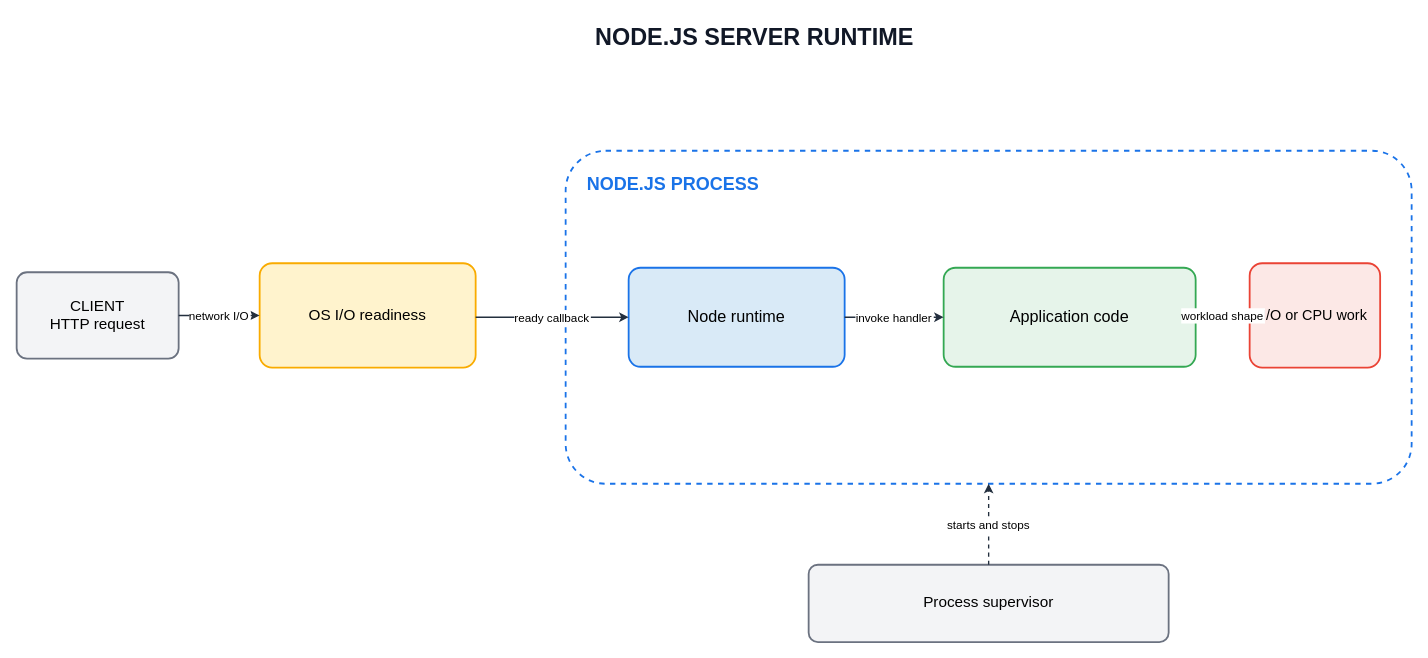
Earlier version of the draw.io diagram assets/img/nodejs/nodejs-server-runtime-overview.drawio (KKamJi98/kkamji98.github.io). Source tidied: cells renumbered, new cells numbered last; positions are measured from the earlier drawing's top-left corner, leaving out a move shared by most shapes. Both pictures are drawn from the tidied source at 90%, with x=0, y=0 at pixel (16, 15).
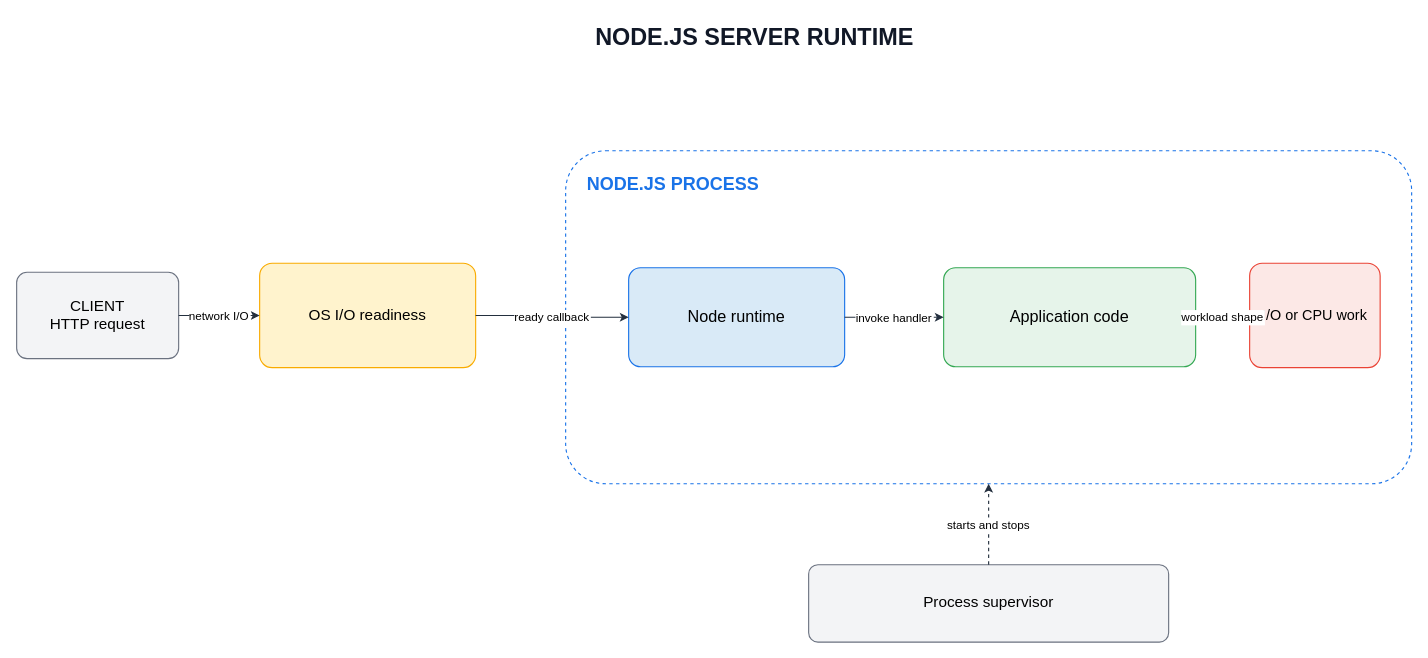
After the change.

Change to the diagram source:
```diff
@@
 <mxGraphModel background="#FFFFFF">
   <root>
     <mxCell id="0" />
     <mxCell id="1" parent="0" />
-    <mxCell id="2" value="NODE.JS SERVER RUNTIME" style="rounded=0;whiteSpace=wrap;html=1;fillColor=none;strokeColor=none;fontColor=#111827;fontSize=26;fontStyle=1;align=center;verticalAlign=middle;" parent="1" vertex="1">
+    <mxCell id="2" value="NODE.JS SERVER RUNTIME" style="rounded=0;whiteSpace=wrap;html=0;fillColor=none;strokeColor=none;fontColor=#111827;fontSize=26;fontStyle=1;align=center;verticalAlign=middle;" parent="1" vertex="1">
       <mxGeometry x="560" width="520" height="48" as="geometry" />
     </mxCell>
-    <mxCell id="3" value="CLIENT&lt;br&gt;HTTP request" style="rounded=1;arcSize=12;whiteSpace=wrap;html=1;fillColor=#F3F4F6;strokeColor=#6B7280;strokeWidth=2;fontColor=#000000;fontSize=17;align=center;verticalAlign=middle;" parent="1" vertex="1">
+    <mxCell id="3" value="CLIENT&#10;HTTP request" style="rounded=1;arcSize=12;whiteSpace=wrap;html=0;fillColor=#F3F4F6;strokeColor=#6B7280;strokeWidth=1.25;fontColor=#000000;fontSize=17;align=center;verticalAlign=middle;" parent="1" vertex="1">
       <mxGeometry y="285" width="180" height="96" as="geometry" />
     </mxCell>
-    <mxCell id="4" value="OS I/O readiness" style="rounded=1;arcSize=12;whiteSpace=wrap;html=1;fillColor=#FFF3CD;strokeColor=#F9AB00;strokeWidth=2;fontColor=#000000;fontSize=17;align=center;verticalAlign=middle;" parent="1" vertex="1">
+    <mxCell id="4" value="OS I/O readiness" style="rounded=1;arcSize=12;whiteSpace=wrap;html=0;fillColor=#FFF3CD;strokeColor=#F9AB00;strokeWidth=1.25;fontColor=#000000;fontSize=17;align=center;verticalAlign=middle;" parent="1" vertex="1">
       <mxGeometry x="270" y="275" width="240" height="116" as="geometry" />
     </mxCell>
-    <mxCell id="5" value="NODE.JS PROCESS" style="rounded=1;arcSize=12;whiteSpace=wrap;html=1;fillColor=none;strokeColor=#1A73E8;strokeWidth=2;dashed=1;fontColor=#1A73E8;fontSize=20;fontStyle=1;align=left;verticalAlign=top;spacingTop=18;spacingLeft=22;" parent="1" vertex="1">
+    <mxCell id="5" value="NODE.JS PROCESS" style="rounded=1;arcSize=12;whiteSpace=wrap;html=0;fillColor=none;strokeColor=#1A73E8;strokeWidth=1.25;dashed=1;fontColor=#1A73E8;fontSize=20;fontStyle=1;align=left;verticalAlign=top;spacingTop=18;spacingLeft=22;" parent="1" vertex="1">
       <mxGeometry x="610" y="150" width="940" height="370" as="geometry" />
     </mxCell>
-    <mxCell id="6" value="Node runtime" style="rounded=1;arcSize=12;whiteSpace=wrap;html=1;fillColor=#D9EAF7;strokeColor=#1A73E8;strokeWidth=2;fontColor=#000000;fontSize=18;align=center;verticalAlign=middle;" parent="1" vertex="1">
+    <mxCell id="6" value="Node runtime" style="rounded=1;arcSize=12;whiteSpace=wrap;html=0;fillColor=#D9EAF7;strokeColor=#1A73E8;strokeWidth=1.25;fontColor=#000000;fontSize=18;align=center;verticalAlign=middle;" parent="1" vertex="1">
       <mxGeometry x="680" y="280" width="240" height="110" as="geometry" />
     </mxCell>
-    <mxCell id="7" value="Application code" style="rounded=1;arcSize=12;whiteSpace=wrap;html=1;fillColor=#E6F4EA;strokeColor=#34A853;strokeWidth=2;fontColor=#000000;fontSize=18;align=center;verticalAlign=middle;" parent="1" vertex="1">
+    <mxCell id="7" value="Application code" style="rounded=1;arcSize=12;whiteSpace=wrap;html=0;fillColor=#E6F4EA;strokeColor=#34A853;strokeWidth=1.25;fontColor=#000000;fontSize=18;align=center;verticalAlign=middle;" parent="1" vertex="1">
       <mxGeometry x="1030" y="280" width="280" height="110" as="geometry" />
     </mxCell>
-    <mxCell id="8" value="I/O or CPU work" style="rounded=1;arcSize=12;whiteSpace=wrap;html=1;fillColor=#FCE8E6;strokeColor=#EA4335;strokeWidth=2;fontColor=#000000;fontSize=16;align=center;verticalAlign=middle;" parent="1" vertex="1">
+    <mxCell id="8" value="I/O or CPU work" style="rounded=1;arcSize=12;whiteSpace=wrap;html=0;fillColor=#FCE8E6;strokeColor=#EA4335;strokeWidth=1.25;fontColor=#000000;fontSize=16;align=center;verticalAlign=middle;" parent="1" vertex="1">
       <mxGeometry x="1370" y="275" width="145" height="116" as="geometry" />
     </mxCell>
-    <mxCell id="9" value="Process supervisor" style="rounded=1;arcSize=12;whiteSpace=wrap;html=1;fillColor=#F3F4F6;strokeColor=#6B7280;strokeWidth=2;fontColor=#000000;fontSize=17;align=center;verticalAlign=middle;" parent="1" vertex="1">
+    <mxCell id="9" value="Process supervisor" style="rounded=1;arcSize=12;whiteSpace=wrap;html=0;fillColor=#F3F4F6;strokeColor=#6B7280;strokeWidth=1.25;fontColor=#000000;fontSize=17;align=center;verticalAlign=middle;" parent="1" vertex="1">
       <mxGeometry x="880" y="610" width="400" height="86" as="geometry" />
     </mxCell>
-    <mxCell id="10" value="network I/O" style="edgeStyle=orthogonalEdgeStyle;rounded=0;html=0;strokeColor=#232F3E;strokeWidth=1.5;fontColor=#000000;fontSize=13;labelBackgroundColor=#FFFFFF;exitX=1;exitY=0.5;entryX=0;entryY=0.5;" parent="1" edge="1" source="3" target="4">
+    <mxCell id="10" value="network I/O" style="edgeStyle=orthogonalEdgeStyle;rounded=0;html=0;strokeColor=#232F3E;strokeWidth=1.25;fontColor=#000000;fontSize=13;labelBackgroundColor=#FFFFFF;exitX=1;exitY=0.5;entryX=0;entryY=0.5;" parent="1" edge="1" source="3" target="4">
       <mxGeometry relative="1" as="geometry" />
     </mxCell>
-    <mxCell id="11" value="ready callback" style="edgeStyle=orthogonalEdgeStyle;rounded=0;html=0;strokeColor=#232F3E;strokeWidth=1.5;fontColor=#000000;fontSize=13;labelBackgroundColor=#FFFFFF;exitX=1;exitY=0.5172;entryX=0;entryY=0.5;" parent="1" edge="1" source="4" target="6">
+    <mxCell id="11" value="ready callback" style="edgeStyle=orthogonalEdgeStyle;rounded=0;html=0;strokeColor=#232F3E;strokeWidth=1.25;fontColor=#000000;fontSize=13;labelBackgroundColor=#FFFFFF;exitX=1;exitY=0.5;entryX=0;entryY=0.5;" parent="1" edge="1" source="4" target="6">
       <mxGeometry relative="1" as="geometry" />
     </mxCell>
-    <mxCell id="12" value="invoke handler" style="edgeStyle=orthogonalEdgeStyle;rounded=0;html=0;strokeColor=#232F3E;strokeWidth=1.5;fontColor=#000000;fontSize=13;labelBackgroundColor=#FFFFFF;exitX=1;exitY=0.5;entryX=0;entryY=0.5;" parent="1" edge="1" source="6" target="7">
+    <mxCell id="12" value="invoke handler" style="edgeStyle=orthogonalEdgeStyle;rounded=0;html=0;strokeColor=#232F3E;strokeWidth=1.25;fontColor=#000000;fontSize=13;labelBackgroundColor=#FFFFFF;exitX=1;exitY=0.5;entryX=0;entryY=0.5;" parent="1" edge="1" source="6" target="7">
       <mxGeometry relative="1" as="geometry" />
     </mxCell>
-    <mxCell id="13" value="workload shape" style="edgeStyle=orthogonalEdgeStyle;rounded=0;html=0;strokeColor=#232F3E;strokeWidth=1.5;fontColor=#000000;fontSize=13;labelBackgroundColor=#FFFFFF;exitX=1;exitY=0.4818;entryX=0;entryY=0.5;" parent="1" edge="1" source="7" target="8">
+    <mxCell id="13" value="workload shape" style="edgeStyle=orthogonalEdgeStyle;rounded=0;html=0;strokeColor=#232F3E;strokeWidth=1.25;fontColor=#000000;fontSize=13;labelBackgroundColor=#FFFFFF;exitX=1;exitY=0.5;entryX=0;entryY=0.5;" parent="1" edge="1" source="7" target="8">
       <mxGeometry relative="1" as="geometry" />
     </mxCell>
-    <mxCell id="14" value="starts and stops" style="edgeStyle=orthogonalEdgeStyle;rounded=0;html=0;dashed=1;strokeColor=#232F3E;strokeWidth=1.5;fontColor=#000000;fontSize=13;labelBackgroundColor=#FFFFFF;exitX=0.5;exitY=0;entryX=0.5;entryY=1;" parent="1" edge="1" source="9" target="5">
+    <mxCell id="14" value="starts and stops" style="edgeStyle=orthogonalEdgeStyle;rounded=0;html=0;dashed=1;strokeColor=#232F3E;strokeWidth=1.25;fontColor=#000000;fontSize=13;labelBackgroundColor=#FFFFFF;exitX=0.5;exitY=0;entryX=0.5;entryY=1;" parent="1" edge="1" source="9" target="5">
       <mxGeometry relative="1" as="geometry" />
     </mxCell>
   </root>
 </mxGraphModel>
```
